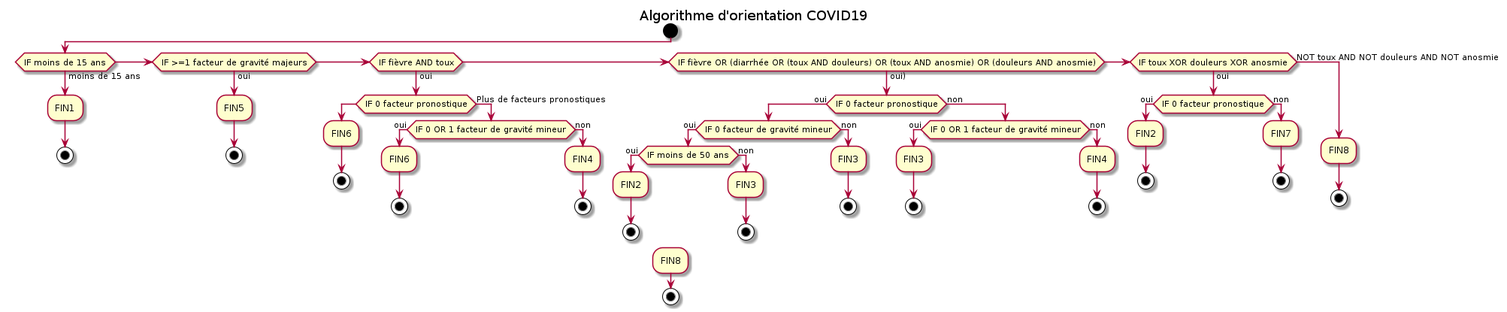
Earlier version of the PlantUML export diagramme-algorithme-orientation-covid19.png (Delegation-numerique-en-sante/covid19-algorithme-orientation).
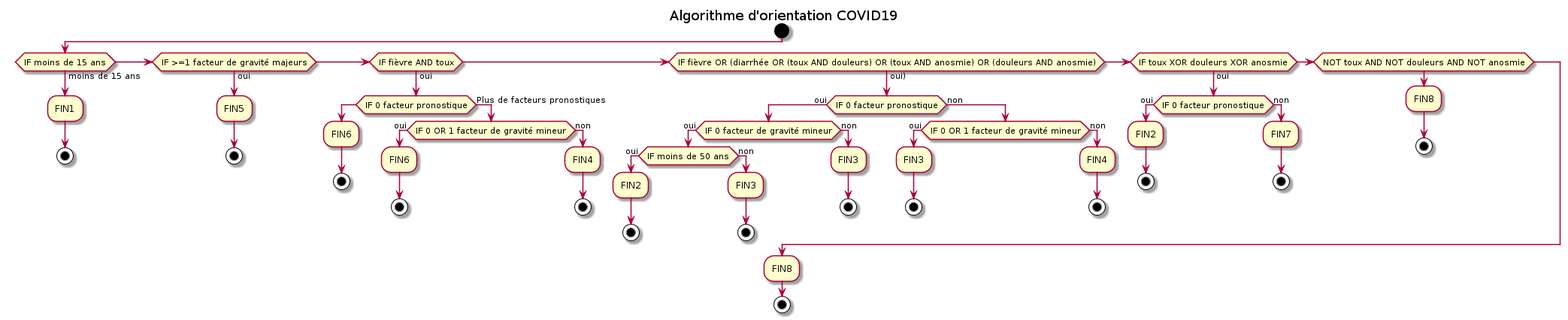
The same diagram one commit later.

Commit message:
Fix display bug in the diagram

What changed in the source:
```diff
@@ -58,7 +58,7 @@
           stop
        endif
 
-else (NOT toux AND NOT douleurs AND NOT anosmie)
+elseif (NOT toux AND NOT douleurs AND NOT anosmie)
      :FIN8;
      stop
 endif
```
